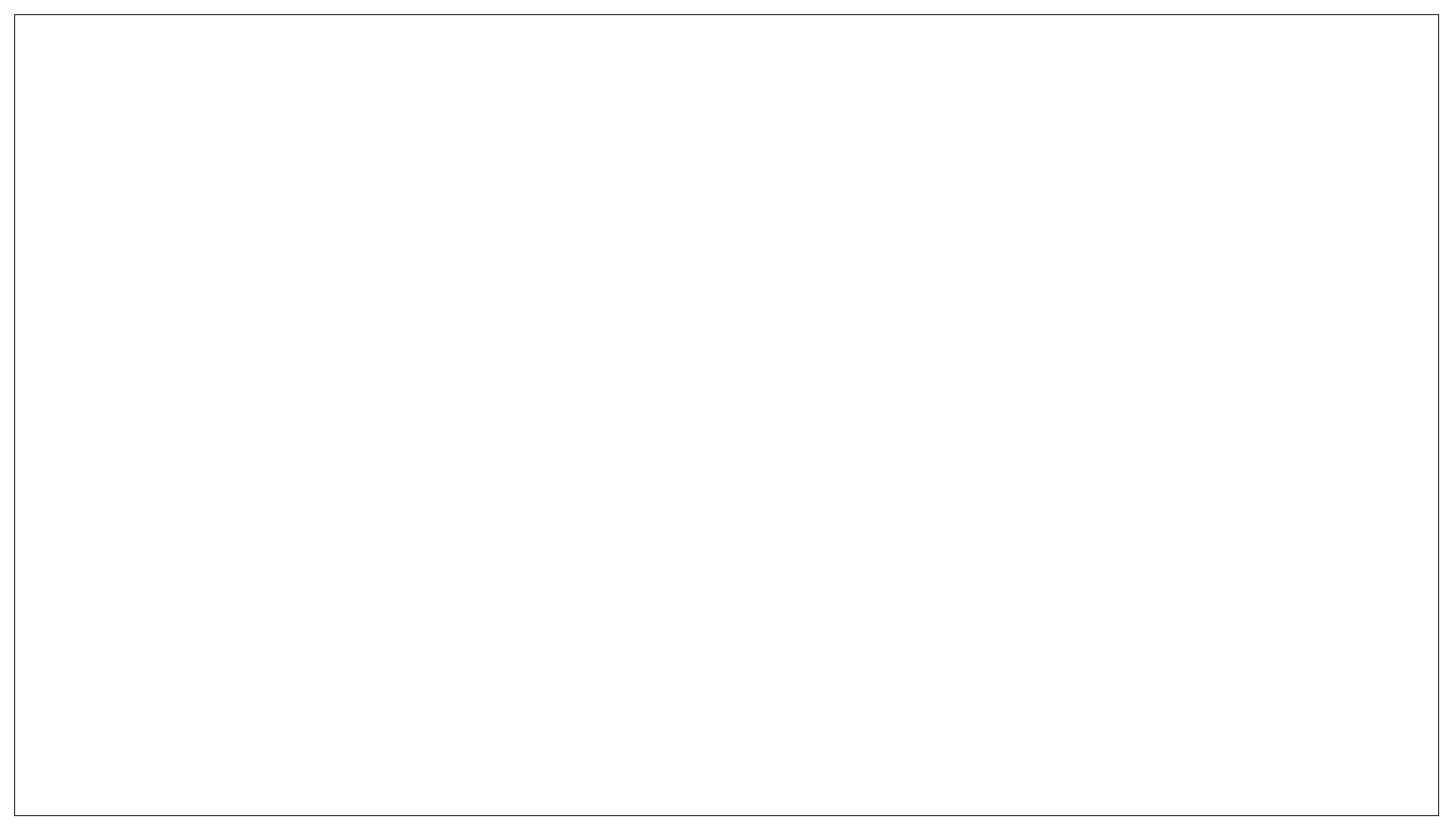
The draw.io diagram page "Level Editor" (5 of 5) of diagram.drawio in tanjinhung/Nonogram, before the edit. Source tidied: cells renumbered, new cells numbered last; positions are measured from the earlier drawing's top-left corner, leaving out a move shared by most shapes. Both pictures are drawn from the tidied source at 89%, with x=0, y=0 at pixel (14, 14).
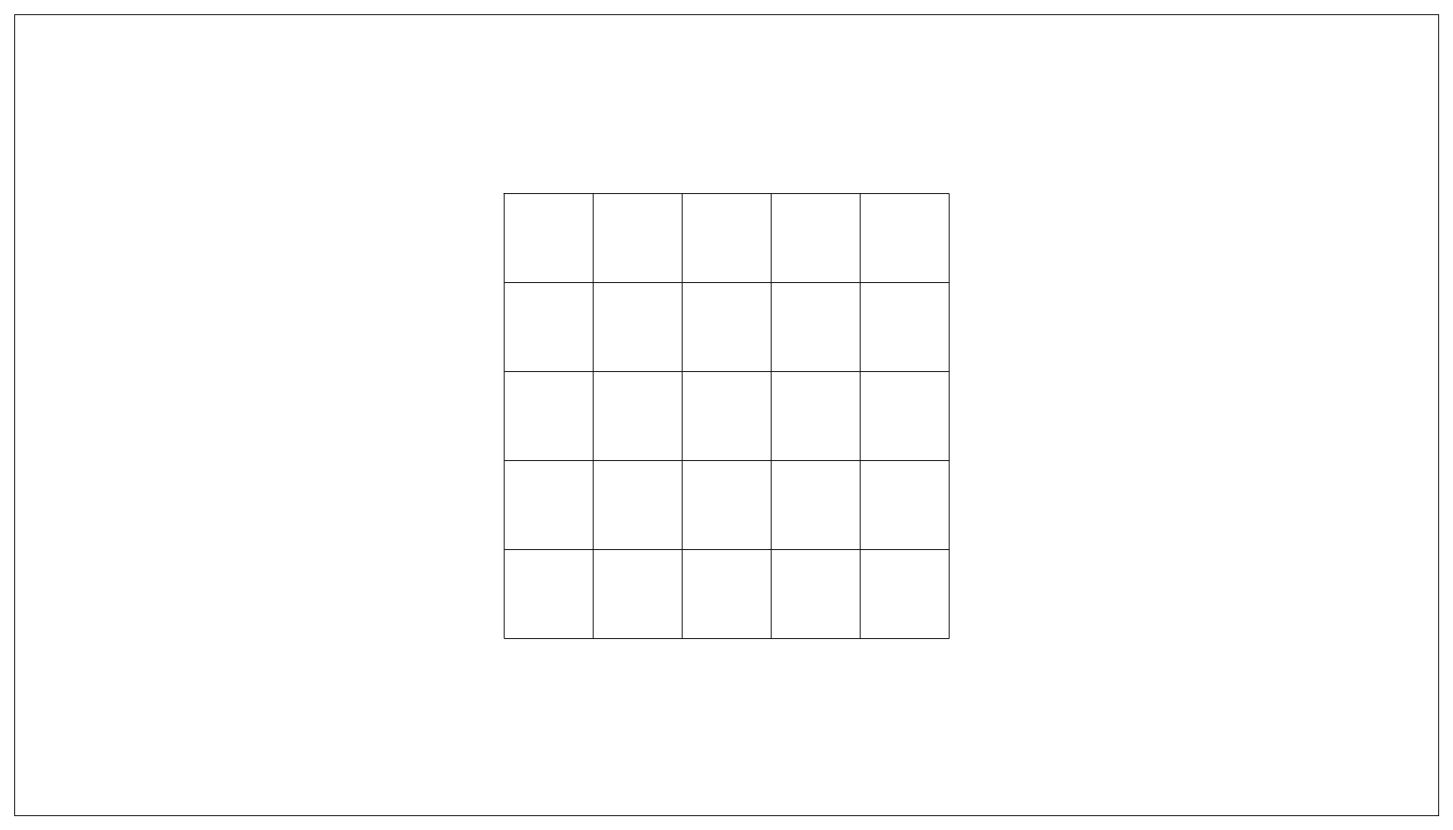
The same diagram, later.

Diff of the diagram source:
```diff
@@
+    <mxCell id="3" style="shape=table;html=1;whiteSpace=wrap;startSize=0;childLayout=tableLayout;rounded=0;labelBackgroundColor=none;strokeColor=default;fontFamily=Helvetica;fontSize=26;fontColor=default;fillColor=default;arcSize=0;swimlaneLine=0;" parent="1" vertex="1">
+      <mxGeometry x="550" y="201" width="500" height="500" as="geometry" />
+    </mxCell>
+    <mxCell id="4" style="shape=tableRow;horizontal=0;startSize=0;swimlaneHead=0;swimlaneBody=0;top=0;left=0;bottom=0;right=0;fillColor=none;rounded=1;labelBackgroundColor=none;strokeColor=default;fontFamily=Helvetica;fontSize=26;fontColor=default;html=1;" parent="3" vertex="1">
+      <mxGeometry width="500" height="100" as="geometry" />
+    </mxCell>
+    <mxCell id="5" style="shape=partialRectangle;html=1;whiteSpace=wrap;fillColor=none;top=0;left=0;bottom=0;right=0;overflow=hidden;rounded=1;labelBackgroundColor=none;strokeColor=default;fontFamily=Helvetica;fontSize=26;fontColor=default;" parent="4" vertex="1">
+      <mxGeometry width="100" height="100" as="geometry" />
+    </mxCell>
+    <mxCell id="6" style="shape=partialRectangle;html=1;whiteSpace=wrap;fillColor=none;top=0;left=0;bottom=0;right=0;overflow=hidden;rounded=1;labelBackgroundColor=none;strokeColor=default;fontFamily=Helvetica;fontSize=26;fontColor=default;" parent="4" vertex="1">
+      <mxGeometry x="100" width="100" height="100" as="geometry" />
+    </mxCell>
+    <mxCell id="7" style="shape=partialRectangle;html=1;whiteSpace=wrap;fillColor=none;top=0;left=0;bottom=0;right=0;overflow=hidden;rounded=1;labelBackgroundColor=none;strokeColor=default;fontFamily=Helvetica;fontSize=26;fontColor=default;" parent="4" vertex="1">
+      <mxGeometry x="200" width="100" height="100" as="geometry" />
+    </mxCell>
+    <mxCell id="8" style="shape=partialRectangle;html=1;whiteSpace=wrap;fillColor=none;top=0;left=0;bottom=0;right=0;overflow=hidden;rounded=1;labelBackgroundColor=none;strokeColor=default;fontFamily=Helvetica;fontSize=26;fontColor=default;" parent="4" vertex="1">
+      <mxGeometry x="300" width="100" height="100" as="geometry" />
+    </mxCell>
+    <mxCell id="9" style="shape=partialRectangle;html=1;whiteSpace=wrap;fillColor=none;top=0;left=0;bottom=0;right=0;overflow=hidden;rounded=1;labelBackgroundColor=none;strokeColor=default;fontFamily=Helvetica;fontSize=26;fontColor=default;" parent="4" vertex="1">
+      <mxGeometry x="400" width="100" height="100" as="geometry" />
+    </mxCell>
+    <mxCell id="10" style="shape=tableRow;horizontal=0;startSize=0;swimlaneHead=0;swimlaneBody=0;top=0;left=0;bottom=0;right=0;fillColor=none;rounded=1;labelBackgroundColor=none;strokeColor=default;fontFamily=Helvetica;fontSize=26;fontColor=default;html=1;" parent="3" vertex="1">
+      <mxGeometry y="100" width="500" height="100" as="geometry" />
+    </mxCell>
+    <mxCell id="11" style="shape=partialRectangle;html=1;whiteSpace=wrap;fillColor=none;top=0;left=0;bottom=0;right=0;overflow=hidden;rounded=1;labelBackgroundColor=none;strokeColor=default;fontFamily=Helvetica;fontSize=26;fontColor=default;" parent="10" vertex="1">
+      <mxGeometry width="100" height="100" as="geometry" />
+    </mxCell>
+    <mxCell id="12" style="shape=partialRectangle;html=1;whiteSpace=wrap;fillColor=none;top=0;left=0;bottom=0;right=0;overflow=hidden;rounded=1;labelBackgroundColor=none;strokeColor=default;fontFamily=Helvetica;fontSize=26;fontColor=default;" parent="10" vertex="1">
+      <mxGeometry x="100" width="100" height="100" as="geometry" />
+    </mxCell>
+    <mxCell id="13" style="shape=partialRectangle;html=1;whiteSpace=wrap;fillColor=none;top=0;left=0;bottom=0;right=0;overflow=hidden;rounded=1;labelBackgroundColor=none;strokeColor=default;fontFamily=Helvetica;fontSize=26;fontColor=default;" parent="10" vertex="1">
+      <mxGeometry x="200" width="100" height="100" as="geometry" />
+    </mxCell>
+    <mxCell id="14" style="shape=partialRectangle;html=1;whiteSpace=wrap;fillColor=none;top=0;left=0;bottom=0;right=0;overflow=hidden;rounded=1;labelBackgroundColor=none;strokeColor=default;fontFamily=Helvetica;fontSize=26;fontColor=default;" parent="10" vertex="1">
+      <mxGeometry x="300" width="100" height="100" as="geometry" />
+    </mxCell>
+    <mxCell id="15" style="shape=partialRectangle;html=1;whiteSpace=wrap;fillColor=none;top=0;left=0;bottom=0;right=0;overflow=hidden;rounded=1;labelBackgroundColor=none;strokeColor=default;fontFamily=Helvetica;fontSize=26;fontColor=default;" parent="10" vertex="1">
+      <mxGeometry x="400" width="100" height="100" as="geometry" />
+    </mxCell>
+    <mxCell id="16" style="shape=tableRow;horizontal=0;startSize=0;swimlaneHead=0;swimlaneBody=0;top=0;left=0;bottom=0;right=0;fillColor=none;rounded=1;labelBackgroundColor=none;strokeColor=default;fontFamily=Helvetica;fontSize=26;fontColor=default;html=1;" parent="3" vertex="1">
+      <mxGeometry y="200" width="500" height="100" as="geometry" />
+    </mxCell>
+    <mxCell id="17" style="shape=partialRectangle;html=1;whiteSpace=wrap;fillColor=none;top=0;left=0;bottom=0;right=0;overflow=hidden;rounded=1;labelBackgroundColor=none;strokeColor=default;fontFamily=Helvetica;fontSize=26;fontColor=default;" parent="16" vertex="1">
+      <mxGeometry width="100" height="100" as="geometry" />
+    </mxCell>
+    <mxCell id="18" style="shape=partialRectangle;html=1;whiteSpace=wrap;fillColor=none;top=0;left=0;bottom=0;right=0;overflow=hidden;rounded=1;labelBackgroundColor=none;strokeColor=default;fontFamily=Helvetica;fontSize=26;fontColor=default;" parent="16" vertex="1">
+      <mxGeometry x="100" width="100" height="100" as="geometry" />
+    </mxCell>
+    <mxCell id="19" style="shape=partialRectangle;html=1;whiteSpace=wrap;fillColor=none;top=0;left=0;bottom=0;right=0;overflow=hidden;rounded=1;labelBackgroundColor=none;strokeColor=default;fontFamily=Helvetica;fontSize=26;fontColor=default;" parent="16" vertex="1">
+      <mxGeometry x="200" width="100" height="100" as="geometry" />
+    </mxCell>
+    <mxCell id="20" style="shape=partialRectangle;html=1;whiteSpace=wrap;fillColor=none;top=0;left=0;bottom=0;right=0;overflow=hidden;rounded=1;labelBackgroundColor=none;strokeColor=default;fontFamily=Helvetica;fontSize=26;fontColor=default;" parent="16" vertex="1">
+      <mxGeometry x="300" width="100" height="100" as="geometry" />
+    </mxCell>
+    <mxCell id="21" style="shape=partialRectangle;html=1;whiteSpace=wrap;fillColor=none;top=0;left=0;bottom=0;right=0;overflow=hidden;rounded=1;labelBackgroundColor=none;strokeColor=default;fontFamily=Helvetica;fontSize=26;fontColor=default;" parent="16" vertex="1">
+      <mxGeometry x="400" width="100" height="100" as="geometry" />
+    </mxCell>
+    <mxCell id="22" style="shape=tableRow;horizontal=0;startSize=0;swimlaneHead=0;swimlaneBody=0;top=0;left=0;bottom=0;right=0;fillColor=none;rounded=1;labelBackgroundColor=none;strokeColor=default;fontFamily=Helvetica;fontSize=26;fontColor=default;html=1;" parent="3" vertex="1">
+      <mxGeometry y="300" width="500" height="100" as="geometry" />
+    </mxCell>
+    <mxCell id="23" style="shape=partialRectangle;html=1;whiteSpace=wrap;fillColor=none;top=0;left=0;bottom=0;right=0;overflow=hidden;rounded=1;labelBackgroundColor=none;strokeColor=default;fontFamily=Helvetica;fontSize=26;fontColor=default;" parent="22" vertex="1">
+      <mxGeometry width="100" height="100" as="geometry" />
+    </mxCell>
+    <mxCell id="24" style="shape=partialRectangle;html=1;whiteSpace=wrap;fillColor=none;top=0;left=0;bottom=0;right=0;overflow=hidden;rounded=1;labelBackgroundColor=none;strokeColor=default;fontFamily=Helvetica;fontSize=26;fontColor=default;" parent="22" vertex="1">
+      <mxGeometry x="100" width="100" height="100" as="geometry" />
+    </mxCell>
+    <mxCell id="25" style="shape=partialRectangle;html=1;whiteSpace=wrap;fillColor=none;top=0;left=0;bottom=0;right=0;overflow=hidden;rounded=1;labelBackgroundColor=none;strokeColor=default;fontFamily=Helvetica;fontSize=26;fontColor=default;" parent="22" vertex="1">
+      <mxGeometry x="200" width="100" height="100" as="geometry" />
+    </mxCell>
+    <mxCell id="26" style="shape=partialRectangle;html=1;whiteSpace=wrap;fillColor=none;top=0;left=0;bottom=0;right=0;overflow=hidden;rounded=1;labelBackgroundColor=none;strokeColor=default;fontFamily=Helvetica;fontSize=26;fontColor=default;" parent="22" vertex="1">
+      <mxGeometry x="300" width="100" height="100" as="geometry" />
+    </mxCell>
+    <mxCell id="27" style="shape=partialRectangle;html=1;whiteSpace=wrap;fillColor=none;top=0;left=0;bottom=0;right=0;overflow=hidden;rounded=1;labelBackgroundColor=none;strokeColor=default;fontFamily=Helvetica;fontSize=26;fontColor=default;" parent="22" vertex="1">
+      <mxGeometry x="400" width="100" height="100" as="geometry" />
+    </mxCell>
+    <mxCell id="28" style="shape=tableRow;horizontal=0;startSize=0;swimlaneHead=0;swimlaneBody=0;top=0;left=0;bottom=0;right=0;fillColor=none;rounded=1;labelBackgroundColor=none;strokeColor=default;fontFamily=Helvetica;fontSize=26;fontColor=default;html=1;" parent="3" vertex="1">
+      <mxGeometry y="400" width="500" height="100" as="geometry" />
+    </mxCell>
+    <mxCell id="29" style="shape=partialRectangle;html=1;whiteSpace=wrap;fillColor=none;top=0;left=0;bottom=0;right=0;overflow=hidden;rounded=1;labelBackgroundColor=none;strokeColor=default;fontFamily=Helvetica;fontSize=26;fontColor=default;" parent="28" vertex="1">
+      <mxGeometry width="100" height="100" as="geometry" />
+    </mxCell>
+    <mxCell id="30" style="shape=partialRectangle;html=1;whiteSpace=wrap;fillColor=none;top=0;left=0;bottom=0;right=0;overflow=hidden;rounded=1;labelBackgroundColor=none;strokeColor=default;fontFamily=Helvetica;fontSize=26;fontColor=default;" parent="28" vertex="1">
+      <mxGeometry x="100" width="100" height="100" as="geometry" />
+    </mxCell>
+    <mxCell id="31" style="shape=partialRectangle;html=1;whiteSpace=wrap;fillColor=none;top=0;left=0;bottom=0;right=0;overflow=hidden;rounded=1;labelBackgroundColor=none;strokeColor=default;fontFamily=Helvetica;fontSize=26;fontColor=default;" parent="28" vertex="1">
+      <mxGeometry x="200" width="100" height="100" as="geometry" />
+    </mxCell>
+    <mxCell id="32" style="shape=partialRectangle;html=1;whiteSpace=wrap;fillColor=none;top=0;left=0;bottom=0;right=0;overflow=hidden;rounded=1;labelBackgroundColor=none;strokeColor=default;fontFamily=Helvetica;fontSize=26;fontColor=default;" parent="28" vertex="1">
+      <mxGeometry x="300" width="100" height="100" as="geometry" />
+    </mxCell>
+    <mxCell id="33" style="shape=partialRectangle;html=1;whiteSpace=wrap;fillColor=none;top=0;left=0;bottom=0;right=0;overflow=hidden;rounded=1;labelBackgroundColor=none;strokeColor=default;fontFamily=Helvetica;fontSize=26;fontColor=default;" parent="28" vertex="1">
+      <mxGeometry x="400" width="100" height="100" as="geometry" />
+    </mxCell>
```
